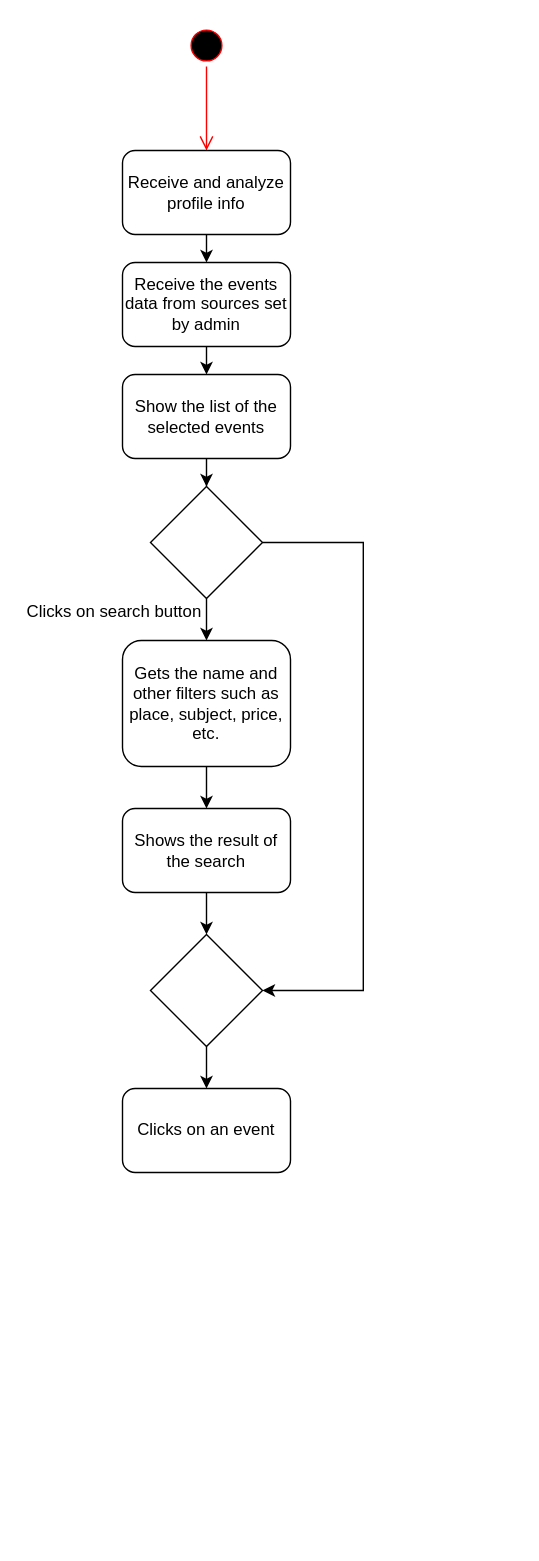
Above: Events Activity Diagram.drawio in m-bassiri/HamyarApp (draw.io), before the change. Source tidied: cells renumbered, new cells numbered last; positions are measured from the earlier drawing's top-left corner, leaving out a move shared by most shapes. Both pictures are drawn from the tidied source at 140%, with x=0, y=0 at pixel (24, 24).
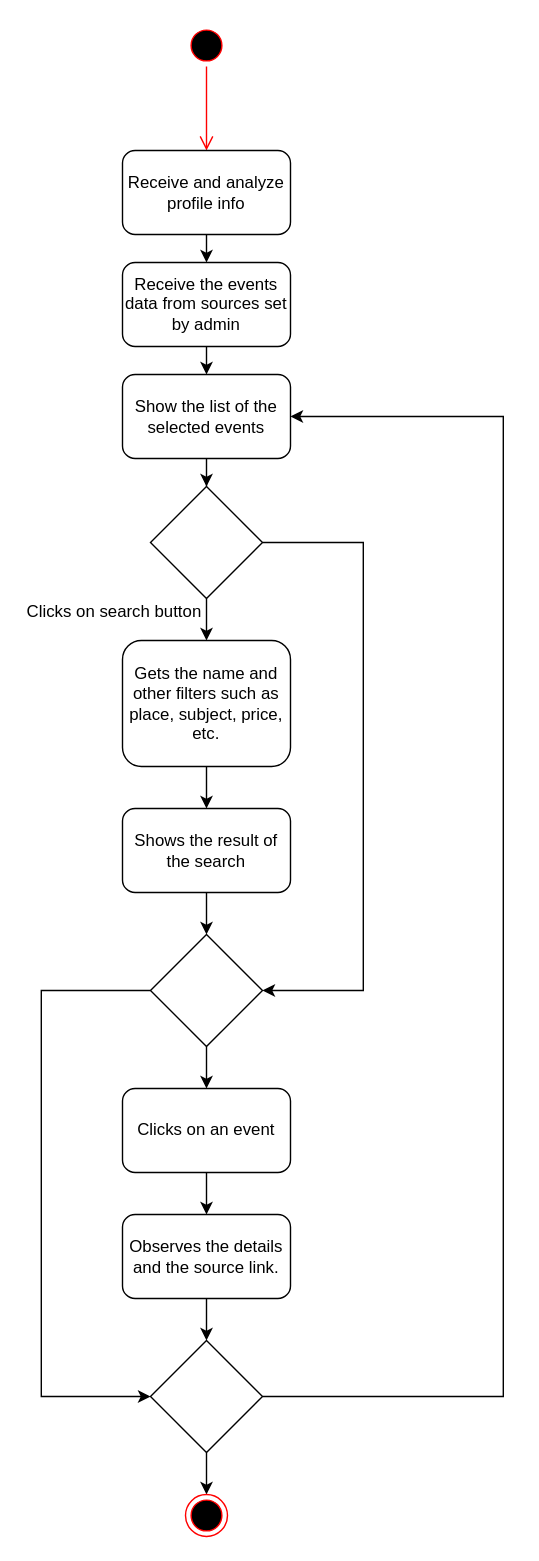
Above is the later version.

The change refers to these unchanged cells:
```xml
<mxCell id="9" value="Show the list of the selected events" style="rounded=1;whiteSpace=wrap;html=1;" parent="1" vertex="1">
  <mxGeometry x="70" y="250" width="120" height="60" as="geometry" />
</mxCell>
<mxCell id="19" style="rhombus;whiteSpace=wrap;html=1;" parent="1" vertex="1">
  <mxGeometry x="90" y="650" width="80" height="80" as="geometry" />
</mxCell>
<mxCell id="20" value="Clicks on an event" style="rounded=1;whiteSpace=wrap;html=1;" parent="1" vertex="1">
  <mxGeometry x="70" y="760" width="120" height="60" as="geometry" />
</mxCell>
```

Diff of the diagram source:
```diff
@@
+    <mxCell id="21" style="edgeStyle=orthogonalEdgeStyle;rounded=0;jettySize=auto;html=1;exitX=0;exitY=0.5;exitDx=0;exitDy=0;entryX=0;entryY=0.5;entryDx=0;entryDy=0;" parent="1" edge="1" source="19" target="27">
+      <mxGeometry relative="1" as="geometry">
+        <Array as="points">
+          <mxPoint x="12" y="690" />
+          <mxPoint x="12" y="980" />
+        </Array>
+      </mxGeometry>
+    </mxCell>
@@
+    <mxCell id="22" style="edgeStyle=orthogonalEdgeStyle;rounded=0;jettySize=auto;html=1;exitX=0.5;exitY=1;exitDx=0;exitDy=0;entryX=0.5;entryY=0;entryDx=0;entryDy=0;" parent="1" edge="1" source="20" target="24">
+      <mxGeometry relative="1" as="geometry" />
+    </mxCell>
@@
+    <mxCell id="23" style="edgeStyle=orthogonalEdgeStyle;rounded=0;jettySize=auto;html=1;exitX=0.5;exitY=1;exitDx=0;exitDy=0;entryX=0.5;entryY=0;entryDx=0;entryDy=0;" parent="1" edge="1" source="24" target="27">
+      <mxGeometry relative="1" as="geometry" />
+    </mxCell>
+    <mxCell id="24" value="Observes the details and the source link." style="rounded=1;whiteSpace=wrap;html=1;" parent="1" vertex="1">
+      <mxGeometry x="70" y="850" width="120" height="60" as="geometry" />
+    </mxCell>
+    <mxCell id="25" style="edgeStyle=orthogonalEdgeStyle;rounded=0;jettySize=auto;html=1;exitX=0.5;exitY=1;exitDx=0;exitDy=0;entryX=0.5;entryY=0;entryDx=0;entryDy=0;" parent="1" edge="1" source="27" target="28">
+      <mxGeometry relative="1" as="geometry" />
+    </mxCell>
+    <mxCell id="26" style="edgeStyle=orthogonalEdgeStyle;rounded=0;jettySize=auto;html=1;exitX=1;exitY=0.5;exitDx=0;exitDy=0;entryX=1;entryY=0.5;entryDx=0;entryDy=0;" parent="1" edge="1" source="27" target="9">
+      <mxGeometry relative="1" as="geometry">
+        <Array as="points">
+          <mxPoint x="342" y="980" />
+          <mxPoint x="342" y="280" />
+        </Array>
+      </mxGeometry>
+    </mxCell>
+    <mxCell id="27" style="rhombus;whiteSpace=wrap;html=1;" parent="1" vertex="1">
+      <mxGeometry x="90" y="940" width="80" height="80" as="geometry" />
+    </mxCell>
+    <mxCell id="28" style="ellipse;html=1;shape=endState;fillColor=#000000;strokeColor=#ff0000;" parent="1" vertex="1">
+      <mxGeometry x="115" y="1050" width="30" height="30" as="geometry" />
+    </mxCell>
```
